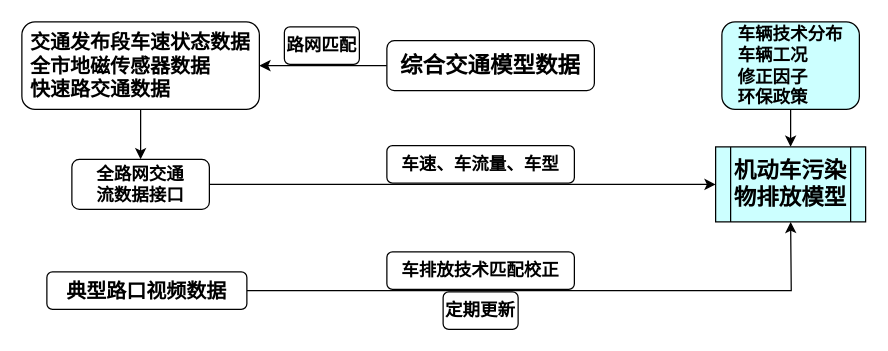
Before: 交通数据流程2.drawio in WienWong/Misc, a draw.io diagram. Source tidied: cells renumbered, new cells numbered last; positions are measured from the earlier drawing's top-left corner, leaving out a move shared by most shapes. Both pictures are drawn from the tidied source at 125%, with x=0, y=0 at pixel (21, 21).
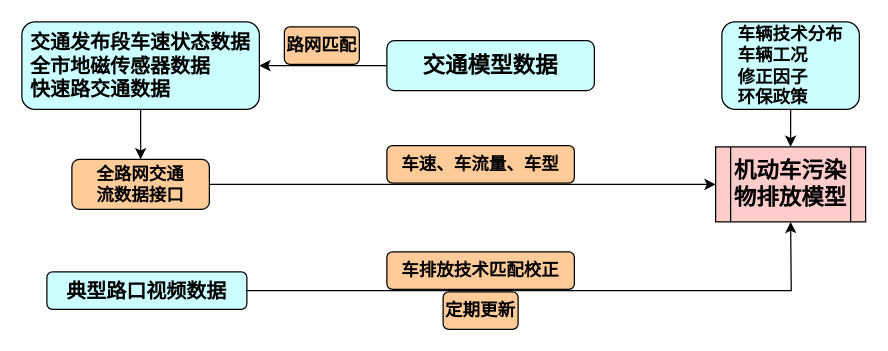
The same diagram, later.

Commit message:
Update 交通数据流程2.drawio

What changed in the source:
```diff
@@
 <mxGraphModel>
   <root>
     <mxCell id="0" />
     <mxCell id="1" parent="0" />
     <mxCell id="2" style="edgeStyle=orthogonalEdgeStyle;rounded=0;jettySize=auto;html=1;exitX=0.5;exitY=1;exitDx=0;exitDy=0;entryX=0.5;entryY=0;entryDx=0;entryDy=0;" parent="1" edge="1" source="3" target="5">
       <mxGeometry relative="1" as="geometry" />
     </mxCell>
-    <mxCell id="3" value="&lt;div style=&quot;text-align: left&quot;&gt;&lt;span&gt;&lt;font style=&quot;font-size: 16px&quot;&gt;&lt;b&gt;交通发布段车速状态数据&lt;/b&gt;&lt;/font&gt;&lt;/span&gt;&lt;/div&gt;&lt;div style=&quot;text-align: left&quot;&gt;&lt;span&gt;&lt;font size=&quot;3&quot;&gt;&lt;b&gt;全市地磁传感器数据&lt;/b&gt;&lt;/font&gt;&lt;/span&gt;&lt;/div&gt;&lt;div style=&quot;text-align: left&quot;&gt;&lt;span&gt;&lt;font size=&quot;3&quot;&gt;&lt;b&gt;快速路交通数据&lt;/b&gt;&lt;/font&gt;&lt;/span&gt;&lt;/div&gt;" style="rounded=1;whiteSpace=wrap;html=1;fontSize=12;glass=0;strokeWidth=1;shadow=0;" parent="1" vertex="1">
+    <mxCell id="3" value="&lt;div style=&quot;text-align: left&quot;&gt;&lt;span&gt;&lt;font style=&quot;font-size: 16px&quot;&gt;&lt;b&gt;交通发布段车速状态数据&lt;/b&gt;&lt;/font&gt;&lt;/span&gt;&lt;/div&gt;&lt;div style=&quot;text-align: left&quot;&gt;&lt;span&gt;&lt;font size=&quot;3&quot;&gt;&lt;b&gt;全市地磁传感器数据&lt;/b&gt;&lt;/font&gt;&lt;/span&gt;&lt;/div&gt;&lt;div style=&quot;text-align: left&quot;&gt;&lt;span&gt;&lt;font size=&quot;3&quot;&gt;&lt;b&gt;快速路交通数据&lt;/b&gt;&lt;/font&gt;&lt;/span&gt;&lt;/div&gt;" style="rounded=1;whiteSpace=wrap;html=1;fontSize=12;glass=0;strokeWidth=1;shadow=0;fillColor=#CCFFFF;" parent="1" vertex="1">
       <mxGeometry width="190" height="70" as="geometry" />
     </mxCell>
     <mxCell id="4" style="edgeStyle=orthogonalEdgeStyle;rounded=0;jettySize=auto;html=1;exitX=1;exitY=0.5;exitDx=0;exitDy=0;" parent="1" edge="1" source="5">
       <mxGeometry relative="1" as="geometry">
         <mxPoint x="555" y="130" as="targetPoint" />
       </mxGeometry>
     </mxCell>
-    <mxCell id="5" value="&lt;font style=&quot;font-size: 14px&quot;&gt;&lt;b&gt;全路网交通&lt;br&gt;流数据接口&lt;/b&gt;&lt;/font&gt;" style="rounded=1;whiteSpace=wrap;html=1;" parent="1" vertex="1">
+    <mxCell id="5" value="&lt;font style=&quot;font-size: 14px&quot;&gt;&lt;b&gt;全路网交通&lt;br&gt;流数据接口&lt;/b&gt;&lt;/font&gt;" style="rounded=1;whiteSpace=wrap;html=1;fillColor=#FFCC99;" parent="1" vertex="1">
       <mxGeometry x="40" y="110" width="110" height="40" as="geometry" />
     </mxCell>
     <mxCell id="6" style="edgeStyle=orthogonalEdgeStyle;rounded=0;jettySize=auto;html=1;exitX=1;exitY=0.5;exitDx=0;exitDy=0;entryX=0.5;entryY=1;entryDx=0;entryDy=0;" parent="1" edge="1" source="7">
       <mxGeometry relative="1" as="geometry">
         <mxPoint x="615" y="160" as="targetPoint" />
       </mxGeometry>
     </mxCell>
-    <mxCell id="7" value="&lt;font style=&quot;font-size: 16px&quot;&gt;&lt;b&gt;典型路口视频数据&lt;/b&gt;&lt;/font&gt;" style="rounded=1;whiteSpace=wrap;html=1;fontSize=16;" parent="1" vertex="1">
+    <mxCell id="7" value="&lt;font style=&quot;font-size: 16px&quot;&gt;&lt;b&gt;典型路口视频数据&lt;/b&gt;&lt;/font&gt;" style="rounded=1;whiteSpace=wrap;html=1;fontSize=16;fillColor=#CCFFFF;" parent="1" vertex="1">
       <mxGeometry x="20" y="200" width="160" height="30" as="geometry" />
     </mxCell>
     <mxCell id="8" style="edgeStyle=orthogonalEdgeStyle;rounded=0;jettySize=auto;html=1;exitX=0;exitY=0.5;exitDx=0;exitDy=0;entryX=1;entryY=0.5;entryDx=0;entryDy=0;" parent="1" edge="1" source="9" target="3">
       <mxGeometry relative="1" as="geometry" />
     </mxCell>
-    <mxCell id="9" value="&lt;div&gt;&lt;/div&gt;&lt;font style=&quot;font-size: 18px&quot;&gt;&lt;div&gt;&lt;/div&gt;&lt;b&gt;综合交通模型数据&lt;/b&gt;&lt;br&gt;&lt;/font&gt;" style="rounded=1;whiteSpace=wrap;html=1;align=center;" parent="1" vertex="1">
+    <mxCell id="9" value="&lt;div&gt;&lt;/div&gt;&lt;font style=&quot;font-size: 18px&quot;&gt;&lt;div&gt;&lt;/div&gt;&lt;b&gt;交通模型数据&lt;/b&gt;&lt;br&gt;&lt;/font&gt;" style="rounded=1;whiteSpace=wrap;html=1;align=center;fillColor=#CCFFFF;" parent="1" vertex="1">
       <mxGeometry x="292" y="15" width="166" height="40" as="geometry" />
     </mxCell>
-    <mxCell id="10" value="&lt;font style=&quot;font-size: 14px&quot;&gt;&lt;b&gt;车速、车流量、车型&lt;/b&gt;&lt;/font&gt;" style="rounded=1;whiteSpace=wrap;html=1;" parent="1" vertex="1">
+    <mxCell id="10" value="&lt;font style=&quot;font-size: 14px&quot;&gt;&lt;b&gt;车速、车流量、车型&lt;/b&gt;&lt;/font&gt;" style="rounded=1;whiteSpace=wrap;html=1;fillColor=#FFCC99;" parent="1" vertex="1">
       <mxGeometry x="292" y="99" width="150" height="30" as="geometry" />
     </mxCell>
     <mxCell id="11" style="edgeStyle=orthogonalEdgeStyle;rounded=0;jettySize=auto;html=1;exitX=0.5;exitY=1;exitDx=0;exitDy=0;entryX=0.5;entryY=0;entryDx=0;entryDy=0;" parent="1" edge="1" source="12">
       <mxGeometry relative="1" as="geometry">
         <mxPoint x="615" y="100" as="targetPoint" />
       </mxGeometry>
     </mxCell>
     <mxCell id="12" value="&lt;div style=&quot;text-align: left&quot;&gt;&lt;span style=&quot;font-size: 14px&quot;&gt;&lt;b&gt;车辆技术分布&lt;/b&gt;&lt;/span&gt;&lt;/div&gt;&lt;font style=&quot;font-size: 14px&quot;&gt;&lt;b&gt;&lt;div style=&quot;text-align: left&quot;&gt;&lt;span&gt;车辆工况&lt;/span&gt;&lt;/div&gt;&lt;div style=&quot;text-align: left&quot;&gt;&lt;span&gt;修正因子&lt;/span&gt;&lt;/div&gt;&lt;div style=&quot;text-align: left&quot;&gt;&lt;span&gt;环保政策&lt;/span&gt;&lt;/div&gt;&lt;/b&gt;&lt;/font&gt;" style="rounded=1;whiteSpace=wrap;html=1;fillColor=#CCFFFF;" parent="1" vertex="1">
       <mxGeometry x="560" width="110" height="70" as="geometry" />
     </mxCell>
-    <mxCell id="13" value="&lt;font style=&quot;font-size: 14px&quot;&gt;&lt;b&gt;车排放技术匹配校正&lt;/b&gt;&lt;/font&gt;" style="rounded=1;whiteSpace=wrap;html=1;" parent="1" vertex="1">
+    <mxCell id="13" value="&lt;font style=&quot;font-size: 14px&quot;&gt;&lt;b&gt;车排放技术匹配校正&lt;/b&gt;&lt;/font&gt;" style="rounded=1;whiteSpace=wrap;html=1;fillColor=#FFCC99;" parent="1" vertex="1">
       <mxGeometry x="292" y="184" width="150" height="30" as="geometry" />
     </mxCell>
-    <mxCell id="14" value="&lt;font style=&quot;font-size: 14px&quot;&gt;&lt;b&gt;路网匹配&lt;/b&gt;&lt;/font&gt;" style="rounded=1;whiteSpace=wrap;html=1;" parent="1" vertex="1">
+    <mxCell id="14" value="&lt;font style=&quot;font-size: 14px&quot;&gt;&lt;b&gt;路网匹配&lt;/b&gt;&lt;/font&gt;" style="rounded=1;whiteSpace=wrap;html=1;fillColor=#FFCC99;" parent="1" vertex="1">
       <mxGeometry x="210" y="4" width="60" height="30" as="geometry" />
     </mxCell>
-    <mxCell id="15" value="&lt;font style=&quot;font-size: 14px&quot;&gt;&lt;b&gt;定期更新&lt;/b&gt;&lt;/font&gt;" style="rounded=1;whiteSpace=wrap;html=1;" parent="1" vertex="1">
+    <mxCell id="15" value="&lt;font style=&quot;font-size: 14px&quot;&gt;&lt;b&gt;定期更新&lt;/b&gt;&lt;/font&gt;" style="rounded=1;whiteSpace=wrap;html=1;fillColor=#FFCC99;" parent="1" vertex="1">
       <mxGeometry x="337" y="216" width="60" height="30" as="geometry" />
     </mxCell>
-    <mxCell id="16" value="&lt;font style=&quot;font-size: 18px&quot;&gt;&lt;b&gt;机动车污染物排放模型&lt;/b&gt;&lt;/font&gt;" style="shape=process;whiteSpace=wrap;html=1;backgroundOutline=1;fillColor=#CCFFFF;" parent="1" vertex="1">
+    <mxCell id="16" value="&lt;font style=&quot;font-size: 18px&quot;&gt;&lt;b&gt;机动车污染物排放模型&lt;/b&gt;&lt;/font&gt;" style="shape=process;whiteSpace=wrap;html=1;backgroundOutline=1;fillColor=#FFCCCC;" parent="1" vertex="1">
       <mxGeometry x="555" y="100" width="120" height="60" as="geometry" />
     </mxCell>
   </root>
 </mxGraphModel>
```
